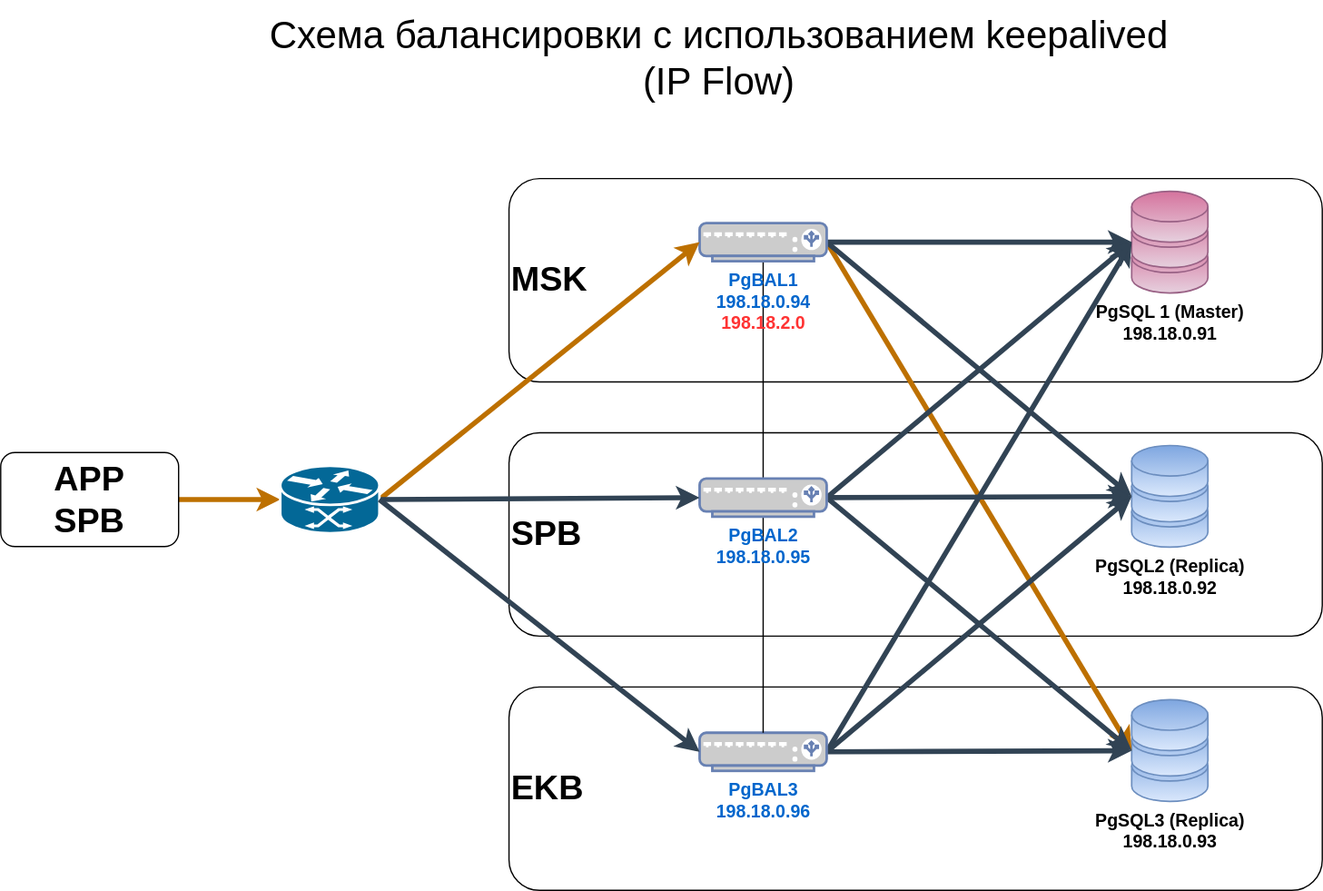
Above: support/drawio/ntwrk_03.drawio.svg in IgorAlov/pg_pool2_ng (draw.io), before the change. Source tidied: cells renumbered, new cells last; positions are measured from the earlier drawing's top-left corner, leaving out a move shared by most shapes.
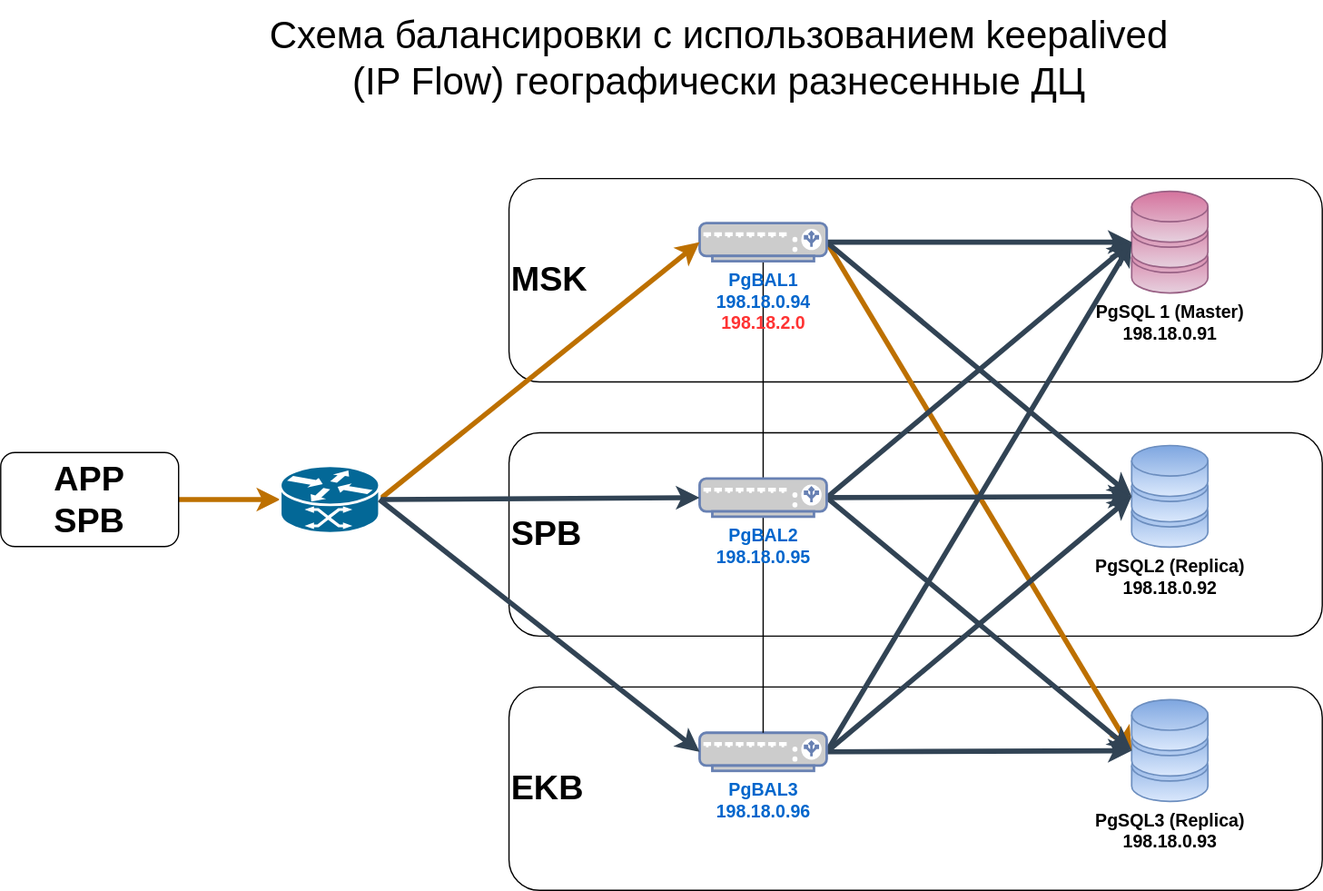
After the change.

Change to the diagram source:
```diff
@@ -77,7 +77,7 @@
     <mxCell id="26" style="shape=mxgraph.cisco.routers.atm_router;sketch=0;html=1;dashed=0;fillColor=#036897;strokeColor=#ffffff;strokeWidth=2;verticalLabelPosition=bottom;verticalAlign=top;align=center;outlineConnect=0;fontSize=27;" parent="1" vertex="1">
       <mxGeometry x="220" y="366" width="78" height="53" as="geometry" />
     </mxCell>
-    <mxCell id="27" value="Схема балансировки с использованием keepalived&lt;br&gt;(IP Flow)" style="text;html=1;align=center;verticalAlign=middle;strokeColor=none;fillColor=none;fontSize=30;" parent="1" vertex="1">
+    <mxCell id="27" value="Схема балансировки с использованием keepalived&lt;br&gt;(IP Flow) географически разнесенные ДЦ&amp;nbsp;" style="text;html=1;align=center;verticalAlign=middle;strokeColor=none;fillColor=none;fontSize=30;" parent="1" vertex="1">
       <mxGeometry x="200" width="730" height="90" as="geometry" />
     </mxCell>
     <mxCell id="28" style="edgeStyle=none;html=1;exitX=1;exitY=0.5;exitDx=0;exitDy=0;exitPerimeter=0;entryX=0;entryY=0.5;entryDx=0;entryDy=0;strokeWidth=4;fontSize=27;entryPerimeter=0;fillColor=#647687;strokeColor=#314354;" parent="1" edge="1" source="26" target="16">
```
